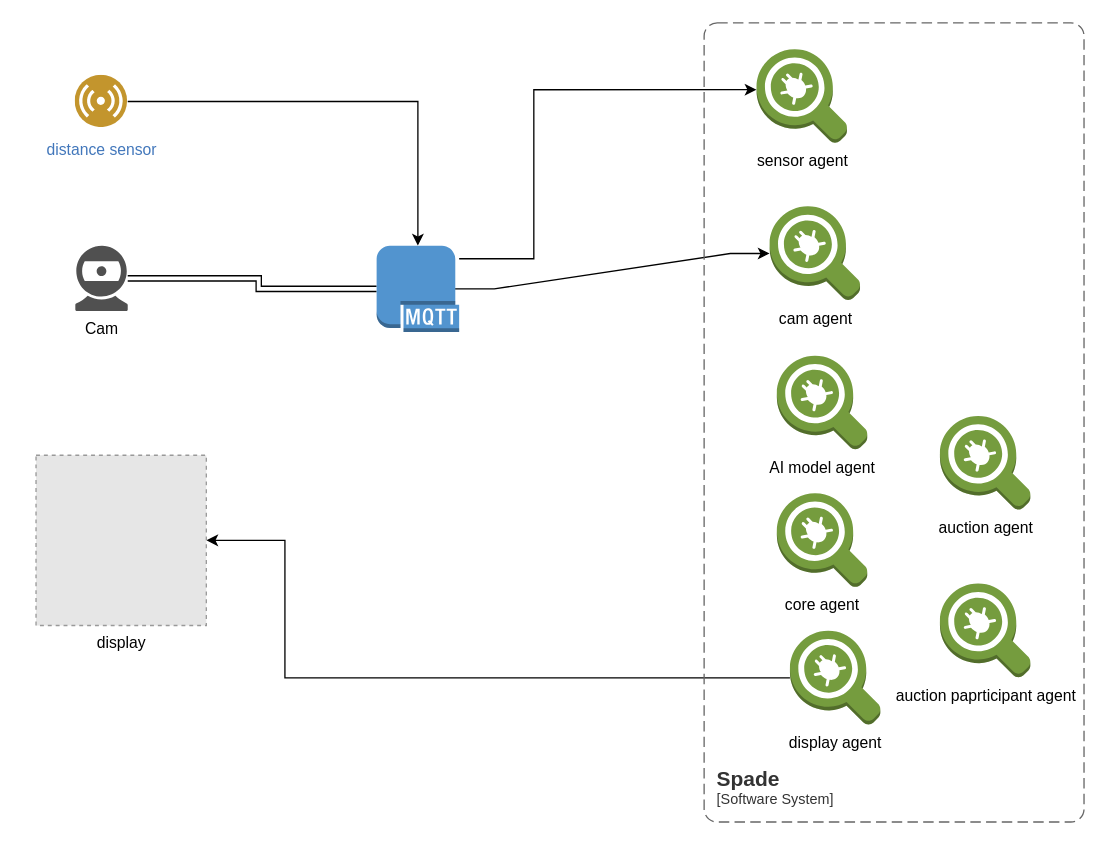
Earlier version of the draw.io diagram indoormedia.drawio (Summorox/Indoor-Media-Advertisements-through-Facial-Recognition-). Source tidied: cells renumbered, new cells numbered last; positions are measured from the earlier drawing's top-left corner, leaving out a move shared by most shapes. Both pictures are drawn from the tidied source at 131%, with x=0, y=0 at pixel (35, 22). Pictures stored in the file or linked from it are replaced by grey dashed boxes.
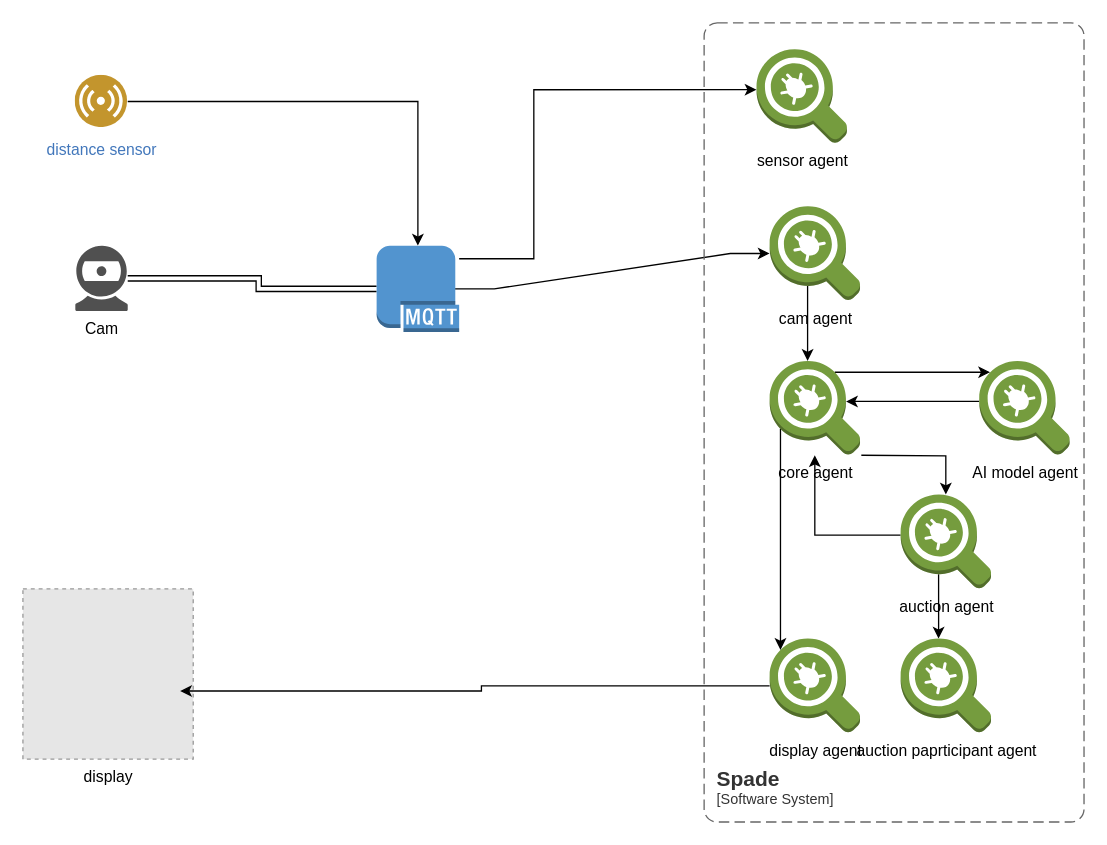
After the change.

Unchanged cells that the change refers to:
```xml
<mxCell id="10" value="cam agent" style="outlineConnect=0;dashed=0;verticalLabelPosition=bottom;verticalAlign=top;align=center;html=1;shape=mxgraph.aws3.agent;fillColor=#759C3E;gradientColor=none;" parent="1" vertex="1">
  <mxGeometry x="560" y="140" width="69" height="72" as="geometry" />
</mxCell>
```

Change to the diagram source:
```diff
@@
-    <mxCell id="5" style="edgeStyle=orthogonalEdgeStyle;rounded=0;jettySize=auto;html=1;entryX=1;entryY=0.5;entryDx=0;entryDy=0;" parent="1" edge="1" source="12" target="8">
-      <mxGeometry relative="1" as="geometry">
-        <Array as="points">
-          <mxPoint x="190" y="500" />
-          <mxPoint x="190" y="395" />
-        </Array>
-      </mxGeometry>
-    </mxCell>
@@
     <mxCell id="8" value="display" style="fillColor=#E6E6E6;strokeColor=#999999;dashed=1;html=1;verticalAlign=top;verticalLabelPosition=bottom;labelBackgroundColor=#ffffff;" parent="1" vertex="1">
-      <mxGeometry y="330" width="130" height="130" as="geometry" />
+      <mxGeometry x="-10" y="432" width="130" height="130" as="geometry" />
     </mxCell>
@@
+    <mxCell id="19" style="edgeStyle=orthogonalEdgeStyle;rounded=0;jettySize=auto;html=1;exitX=0.42;exitY=0.845;exitDx=0;exitDy=0;exitPerimeter=0;entryX=0.42;entryY=0;entryDx=0;entryDy=0;entryPerimeter=0;" parent="1" edge="1" source="10" target="14">
+      <mxGeometry relative="1" as="geometry" />
+    </mxCell>
@@
+    <mxCell id="20" style="edgeStyle=orthogonalEdgeStyle;rounded=0;jettySize=auto;html=1;exitX=0;exitY=0.43;exitDx=0;exitDy=0;exitPerimeter=0;entryX=0.845;entryY=0.43;entryDx=0;entryDy=0;entryPerimeter=0;" parent="1" edge="1" source="11" target="14">
+      <mxGeometry relative="1" as="geometry" />
+    </mxCell>
     <mxCell id="11" value="&lt;div&gt;AI model agent&lt;/div&gt;&lt;div&gt;&lt;br&gt;&lt;/div&gt;" style="outlineConnect=0;dashed=0;verticalLabelPosition=bottom;verticalAlign=top;align=center;html=1;shape=mxgraph.aws3.agent;fillColor=#759C3E;gradientColor=none;" parent="1" vertex="1">
-      <mxGeometry x="565.5" y="254" width="69" height="72" as="geometry" />
+      <mxGeometry x="720" y="258" width="69" height="72" as="geometry" />
     </mxCell>
+    <mxCell id="5" style="edgeStyle=orthogonalEdgeStyle;rounded=0;jettySize=auto;html=1;entryX=0.923;entryY=0.6;entryDx=0;entryDy=0;entryPerimeter=0;" parent="1" edge="1" source="12" target="8">
+      <mxGeometry relative="1" as="geometry" />
+    </mxCell>
     <mxCell id="12" value="&lt;div&gt;display agent&lt;/div&gt;" style="outlineConnect=0;dashed=0;verticalLabelPosition=bottom;verticalAlign=top;align=center;html=1;shape=mxgraph.aws3.agent;fillColor=#759C3E;gradientColor=none;" parent="1" vertex="1">
-      <mxGeometry x="575.5" y="464" width="69" height="72" as="geometry" />
+      <mxGeometry x="560" y="470" width="69" height="72" as="geometry" />
     </mxCell>
@@
+    <mxCell id="21" style="edgeStyle=orthogonalEdgeStyle;rounded=0;jettySize=auto;html=1;" parent="1" edge="1" target="17">
+      <mxGeometry relative="1" as="geometry">
+        <mxPoint x="630" y="330" as="sourcePoint" />
+      </mxGeometry>
+    </mxCell>
+    <mxCell id="22" style="edgeStyle=orthogonalEdgeStyle;rounded=0;jettySize=auto;html=1;exitX=0.72;exitY=0.12;exitDx=0;exitDy=0;exitPerimeter=0;entryX=0.12;entryY=0.12;entryDx=0;entryDy=0;entryPerimeter=0;" parent="1" edge="1" source="14" target="11">
+      <mxGeometry relative="1" as="geometry" />
+    </mxCell>
+    <mxCell id="23" style="edgeStyle=orthogonalEdgeStyle;rounded=0;jettySize=auto;html=1;exitX=0.12;exitY=0.72;exitDx=0;exitDy=0;exitPerimeter=0;entryX=0.12;entryY=0.12;entryDx=0;entryDy=0;entryPerimeter=0;" parent="1" edge="1" source="14" target="12">
+      <mxGeometry relative="1" as="geometry" />
+    </mxCell>
     <mxCell id="14" value="core agent" style="outlineConnect=0;dashed=0;verticalLabelPosition=bottom;verticalAlign=top;align=center;html=1;shape=mxgraph.aws3.agent;fillColor=#759C3E;gradientColor=none;" parent="1" vertex="1">
-      <mxGeometry x="565.5" y="359" width="69" height="72" as="geometry" />
+      <mxGeometry x="560" y="258" width="69" height="72" as="geometry" />
     </mxCell>
@@
+    <mxCell id="24" style="edgeStyle=orthogonalEdgeStyle;rounded=0;jettySize=auto;html=1;exitX=0;exitY=0.43;exitDx=0;exitDy=0;exitPerimeter=0;" parent="1" edge="1" source="17" target="14">
+      <mxGeometry relative="1" as="geometry" />
+    </mxCell>
+    <mxCell id="25" style="edgeStyle=orthogonalEdgeStyle;rounded=0;jettySize=auto;html=1;exitX=0.42;exitY=0.845;exitDx=0;exitDy=0;exitPerimeter=0;entryX=0.42;entryY=0;entryDx=0;entryDy=0;entryPerimeter=0;" parent="1" edge="1" source="17" target="18">
+      <mxGeometry relative="1" as="geometry" />
+    </mxCell>
     <mxCell id="17" value="auction agent" style="outlineConnect=0;dashed=0;verticalLabelPosition=bottom;verticalAlign=top;align=center;html=1;shape=mxgraph.aws3.agent;fillColor=#759C3E;gradientColor=none;" parent="1" vertex="1">
-      <mxGeometry x="690" y="300" width="69" height="72" as="geometry" />
+      <mxGeometry x="660" y="360" width="69" height="72" as="geometry" />
     </mxCell>
     <mxCell id="18" value="auction paprticipant agent" style="outlineConnect=0;dashed=0;verticalLabelPosition=bottom;verticalAlign=top;align=center;html=1;shape=mxgraph.aws3.agent;fillColor=#759C3E;gradientColor=none;" parent="1" vertex="1">
-      <mxGeometry x="690" y="428" width="69" height="72" as="geometry" />
+      <mxGeometry x="660" y="470" width="69" height="72" as="geometry" />
     </mxCell>
```
